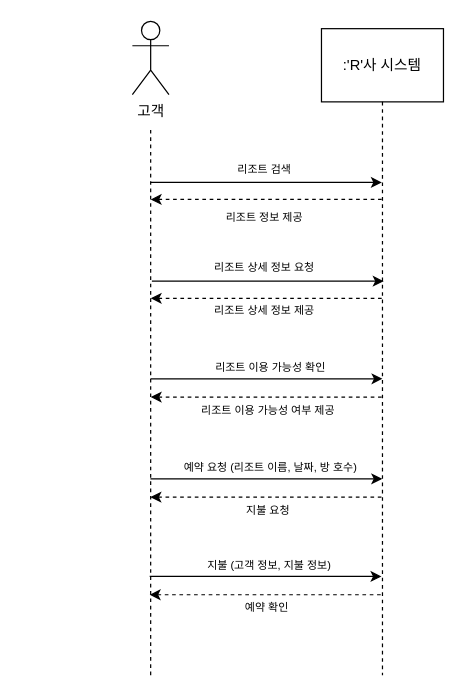
dbsrudrla/diagram keeps this draw.io diagram as 시분설_5번과제.drawio. Above is the earlier version. Source tidied: cells renumbered, new cells numbered last; positions are measured from the earlier drawing's top-left corner, leaving out a move shared by most shapes. Both pictures are drawn from the tidied source at 122%, with x=0, y=0 at pixel (132, 21).
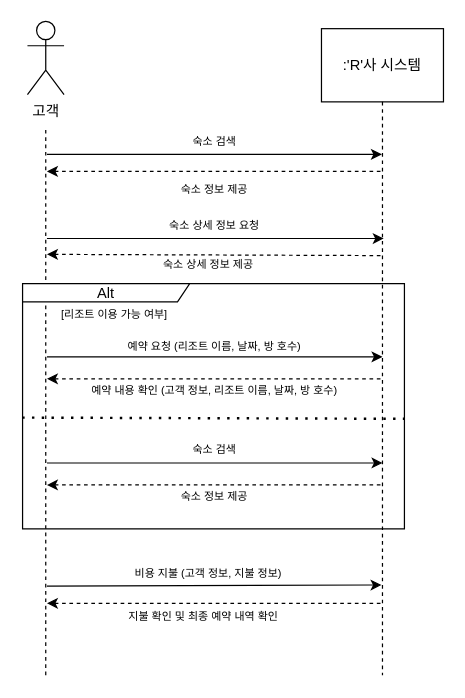
Above is the later version.

Commit message (it also covers changes not shown here):
시분설_5번과제.drawio 업데이트

The change refers to these unchanged cells:
```xml
<mxCell id="4" value=":'R'사 시스템" style="shape=umlLifeline;perimeter=lifelinePerimeter;whiteSpace=wrap;html=1;outlineConnect=0;portConstraint=eastwest;newEdgeStyle={&quot;edgeStyle&quot;:&quot;elbowEdgeStyle&quot;,&quot;elbow&quot;:&quot;vertical&quot;,&quot;curved&quot;:0,&quot;rounded&quot;:0};size=60;" parent="1" vertex="1">
  <mxGeometry x="155" y="6" width="100" height="530" as="geometry" />
</mxCell>
```

The edit, as a diff of the source:
```diff
@@
     <mxCell id="2" value="고객" style="shape=umlActor;verticalLabelPosition=bottom;verticalAlign=top;html=1;" parent="1" vertex="1">
-      <mxGeometry width="30" height="60" as="geometry" />
+      <mxGeometry x="-86" width="30" height="60" as="geometry" />
     </mxCell>
     <mxCell id="3" style="endArrow=none;dashed=1;html=1;rounded=0;" parent="1" edge="1">
       <mxGeometry relative="1" as="geometry">
-        <mxPoint x="15" y="536" as="sourcePoint" />
-        <mxPoint x="15" y="86" as="targetPoint" />
+        <mxPoint x="-71" y="536" as="sourcePoint" />
+        <mxPoint x="-71" y="86" as="targetPoint" />
       </mxGeometry>
     </mxCell>
@@
-    <mxCell id="5" style="endArrow=classic;html=1;rounded=0;" parent="1" edge="1" target="4">
+    <mxCell id="5" style="endArrow=classic;html=1;rounded=0;" parent="1" edge="1">
       <mxGeometry relative="1" as="geometry">
-        <mxPoint x="15" y="132" as="sourcePoint" />
+        <mxPoint x="-70" y="109" as="sourcePoint" />
+        <mxPoint x="204.5" y="109" as="targetPoint" />
       </mxGeometry>
     </mxCell>
     <mxCell id="6" style="endArrow=none;html=1;rounded=0;dashed=1;endFill=0;startArrow=classic;startFill=1;" parent="1" edge="1">
       <mxGeometry relative="1" as="geometry">
-        <mxPoint x="15" y="146" as="sourcePoint" />
-        <mxPoint x="205" y="146" as="targetPoint" />
+        <mxPoint x="-70" y="123" as="sourcePoint" />
+        <mxPoint x="205" y="123" as="targetPoint" />
       </mxGeometry>
     </mxCell>
     <mxCell id="7" style="endArrow=classic;html=1;rounded=0;" parent="1" edge="1">
       <mxGeometry relative="1" as="geometry">
-        <mxPoint x="16" y="213" as="sourcePoint" />
-        <mxPoint x="206" y="213" as="targetPoint" />
+        <mxPoint x="-70" y="178" as="sourcePoint" />
+        <mxPoint x="206" y="178" as="targetPoint" />
       </mxGeometry>
     </mxCell>
     <mxCell id="8" style="endArrow=none;html=1;rounded=0;dashed=1;endFill=0;startArrow=classic;startFill=1;" parent="1" edge="1">
       <mxGeometry relative="1" as="geometry">
-        <mxPoint x="15" y="227" as="sourcePoint" />
-        <mxPoint x="205" y="227" as="targetPoint" />
+        <mxPoint x="-70" y="191" as="sourcePoint" />
+        <mxPoint x="205" y="192" as="targetPoint" />
       </mxGeometry>
     </mxCell>
     <mxCell id="9" style="endArrow=classic;html=1;rounded=0;" parent="1" edge="1">
       <mxGeometry relative="1" as="geometry">
-        <mxPoint x="15" y="293" as="sourcePoint" />
-        <mxPoint x="205" y="293" as="targetPoint" />
+        <mxPoint x="-70" y="275" as="sourcePoint" />
+        <mxPoint x="205" y="275" as="targetPoint" />
       </mxGeometry>
     </mxCell>
     <mxCell id="10" style="endArrow=none;html=1;rounded=0;dashed=1;endFill=0;startArrow=classic;startFill=1;" parent="1" edge="1">
       <mxGeometry relative="1" as="geometry">
-        <mxPoint x="15" y="308" as="sourcePoint" />
-        <mxPoint x="205" y="308" as="targetPoint" />
+        <mxPoint x="-70" y="293" as="sourcePoint" />
+        <mxPoint x="205" y="293" as="targetPoint" />
       </mxGeometry>
     </mxCell>
-    <mxCell id="11" value="리조트 검색" style="text;html=1;align=center;verticalAlign=middle;strokeColor=none;fillColor=none;fontSize=9;" parent="1" vertex="1">
-      <mxGeometry x="68" y="107" width="80" height="30" as="geometry" />
+    <mxCell id="11" value="숙소 검색" style="text;html=1;align=center;verticalAlign=middle;strokeColor=none;fillColor=none;fontSize=9;" parent="1" vertex="1">
+      <mxGeometry x="31.5" y="84" width="70" height="30" as="geometry" />
     </mxCell>
-    <mxCell id="12" value="리조트 정보 제공" style="text;html=1;align=center;verticalAlign=middle;strokeColor=none;fillColor=none;fontSize=9;" parent="1" vertex="1">
-      <mxGeometry x="58" y="146" width="100" height="30" as="geometry" />
+    <mxCell id="12" value="숙소 정보 제공" style="text;html=1;align=center;verticalAlign=middle;strokeColor=none;fillColor=none;fontSize=9;" parent="1" vertex="1">
+      <mxGeometry x="21.5" y="123" width="90" height="30" as="geometry" />
     </mxCell>
-    <mxCell id="13" value="리조트 상세 정보 요청" style="text;html=1;align=center;verticalAlign=middle;strokeColor=none;fillColor=none;fontSize=9;" parent="1" vertex="1">
-      <mxGeometry x="48" y="187" width="120" height="30" as="geometry" />
+    <mxCell id="13" value="숙소 상세 정보 요청" style="text;html=1;align=center;verticalAlign=middle;strokeColor=none;fillColor=none;fontSize=9;" parent="1" vertex="1">
+      <mxGeometry x="11.5" y="153" width="110" height="30" as="geometry" />
     </mxCell>
-    <mxCell id="14" value="리조트 상세 정보 제공" style="text;html=1;align=center;verticalAlign=middle;strokeColor=none;fillColor=none;fontSize=9;" parent="1" vertex="1">
-      <mxGeometry x="48" y="222" width="120" height="30" as="geometry" />
+    <mxCell id="14" value="숙소 상세 정보 제공" style="text;html=1;align=center;verticalAlign=middle;strokeColor=none;fillColor=none;fontSize=9;" parent="1" vertex="1">
+      <mxGeometry x="7" y="185" width="110" height="30" as="geometry" />
     </mxCell>
-    <mxCell id="15" value="리조트 이용 가능성 확인" style="text;html=1;align=center;verticalAlign=middle;strokeColor=none;fillColor=none;fontSize=9;" parent="1" vertex="1">
-      <mxGeometry x="48" y="269" width="130" height="30" as="geometry" />
-    </mxCell>
-    <mxCell id="16" value="리조트 이용 가능성 여부 제공" style="text;html=1;align=center;verticalAlign=middle;strokeColor=none;fillColor=none;fontSize=9;" parent="1" vertex="1">
-      <mxGeometry x="36" y="304" width="150" height="30" as="geometry" />
-    </mxCell>
-    <mxCell id="17" style="endArrow=classic;html=1;rounded=0;" parent="1" edge="1">
-      <mxGeometry relative="1" as="geometry">
-        <mxPoint x="14.8" y="375" as="sourcePoint" />
-        <mxPoint x="204.8" y="375" as="targetPoint" />
-      </mxGeometry>
-    </mxCell>
-    <mxCell id="18" style="endArrow=none;html=1;rounded=0;dashed=1;endFill=0;startArrow=classic;startFill=1;" parent="1" edge="1">
-      <mxGeometry relative="1" as="geometry">
-        <mxPoint x="14.8" y="390" as="sourcePoint" />
-        <mxPoint x="204.8" y="390" as="targetPoint" />
-      </mxGeometry>
-    </mxCell>
-    <mxCell id="19" value="예약 요청 (리조트 이름, 날짜, 방 호수)" style="text;html=1;align=center;verticalAlign=middle;strokeColor=none;fillColor=none;fontSize=9;" parent="1" vertex="1">
-      <mxGeometry x="17.8" y="351" width="190" height="30" as="geometry" />
-    </mxCell>
-    <mxCell id="20" value="지불 요청" style="text;html=1;align=center;verticalAlign=middle;strokeColor=none;fillColor=none;fontSize=9;" parent="1" vertex="1">
-      <mxGeometry x="75.8" y="386" width="70" height="30" as="geometry" />
-    </mxCell>
     <mxCell id="21" style="endArrow=classic;html=1;rounded=0;" parent="1" edge="1">
       <mxGeometry relative="1" as="geometry">
-        <mxPoint x="14.2" y="455" as="sourcePoint" />
-        <mxPoint x="204.2" y="455" as="targetPoint" />
+        <mxPoint x="-70" y="463" as="sourcePoint" />
+        <mxPoint x="204.2" y="462" as="targetPoint" />
       </mxGeometry>
     </mxCell>
     <mxCell id="22" style="endArrow=none;html=1;rounded=0;dashed=1;endFill=0;startArrow=classic;startFill=1;" parent="1" edge="1">
       <mxGeometry relative="1" as="geometry">
-        <mxPoint x="14.2" y="470" as="sourcePoint" />
-        <mxPoint x="204.2" y="470" as="targetPoint" />
+        <mxPoint x="-70" y="477" as="sourcePoint" />
+        <mxPoint x="204.2" y="477" as="targetPoint" />
       </mxGeometry>
     </mxCell>
-    <mxCell id="23" value="지불 (고객 정보, 지불 정보)" style="text;html=1;align=center;verticalAlign=middle;strokeColor=none;fillColor=none;fontSize=9;" parent="1" vertex="1">
-      <mxGeometry x="42.2" y="431" width="140" height="30" as="geometry" />
+    <mxCell id="23" value="비용 지불 (고객 정보, 지불 정보)" style="text;html=1;align=center;verticalAlign=middle;strokeColor=none;fillColor=none;fontSize=9;" parent="1" vertex="1">
+      <mxGeometry x="-23" y="438" width="170" height="30" as="geometry" />
     </mxCell>
-    <mxCell id="24" value="예약 확인" style="text;html=1;align=center;verticalAlign=middle;strokeColor=none;fillColor=none;fontSize=9;" parent="1" vertex="1">
-      <mxGeometry x="75.2" y="466" width="70" height="30" as="geometry" />
+    <mxCell id="24" value="지불 확인 및 최종 예약 내역 확인" style="text;html=1;align=center;verticalAlign=middle;strokeColor=none;fillColor=none;fontSize=9;" parent="1" vertex="1">
+      <mxGeometry x="-27" y="473" width="170" height="30" as="geometry" />
     </mxCell>
+    <mxCell id="25" value="Alt" style="shape=umlFrame;whiteSpace=wrap;html=1;width=137;height=15;" parent="1" vertex="1">
+      <mxGeometry x="-90" y="215" width="313" height="201" as="geometry" />
+    </mxCell>
+    <mxCell id="26" value="&lt;font style=&quot;font-size: 9px;&quot;&gt;[리조트 이용 가능 여부]&lt;/font&gt;" style="text;html=1;align=center;verticalAlign=middle;strokeColor=none;fillColor=none;" parent="25" vertex="1">
+      <mxGeometry x="10" y="10" width="130" height="30" as="geometry" />
+    </mxCell>
+    <mxCell id="19" value="예약 요청 (리조트 이름, 날짜, 방 호수)" style="text;html=1;align=center;verticalAlign=middle;strokeColor=none;fillColor=none;fontSize=9;" parent="25" vertex="1">
+      <mxGeometry x="61.5" y="37" width="190" height="30" as="geometry" />
+    </mxCell>
+    <mxCell id="27" value="예약 내용 확인 (고객 정보, 리조트 이름, 날짜, 방 호수)" style="text;html=1;align=center;verticalAlign=middle;strokeColor=none;fillColor=none;fontSize=9;" parent="25" vertex="1">
+      <mxGeometry x="26.5" y="73" width="260" height="30" as="geometry" />
+    </mxCell>
+    <mxCell id="28" style="endArrow=classic;html=1;rounded=0;" parent="25" edge="1">
+      <mxGeometry relative="1" as="geometry">
+        <mxPoint x="20" y="147" as="sourcePoint" />
+        <mxPoint x="295" y="147" as="targetPoint" />
+      </mxGeometry>
+    </mxCell>
+    <mxCell id="29" style="endArrow=none;html=1;rounded=0;dashed=1;endFill=0;startArrow=classic;startFill=1;" parent="25" edge="1">
+      <mxGeometry relative="1" as="geometry">
+        <mxPoint x="20" y="165" as="sourcePoint" />
+        <mxPoint x="295" y="165" as="targetPoint" />
+      </mxGeometry>
+    </mxCell>
+    <mxCell id="30" value="숙소 검색" style="text;html=1;align=center;verticalAlign=middle;strokeColor=none;fillColor=none;fontSize=9;" parent="25" vertex="1">
+      <mxGeometry x="121.5" y="121" width="70" height="30" as="geometry" />
+    </mxCell>
+    <mxCell id="31" value="숙소 정보 제공" style="text;html=1;align=center;verticalAlign=middle;strokeColor=none;fillColor=none;fontSize=9;" parent="25" vertex="1">
+      <mxGeometry x="111.5" y="160" width="90" height="30" as="geometry" />
+    </mxCell>
+    <mxCell id="32" style="endArrow=none;dashed=1;html=1;dashPattern=1 3;strokeWidth=2;rounded=0;entryX=0.999;entryY=0.556;entryDx=0;entryDy=0;entryPerimeter=0;exitX=-0.001;exitY=0.551;exitDx=0;exitDy=0;exitPerimeter=0;" parent="1" edge="1">
+      <mxGeometry relative="1" as="geometry">
+        <mxPoint x="-90.3" y="324.8" as="sourcePoint" />
+        <mxPoint x="222.7" y="325.8" as="targetPoint" />
+      </mxGeometry>
+    </mxCell>
```
